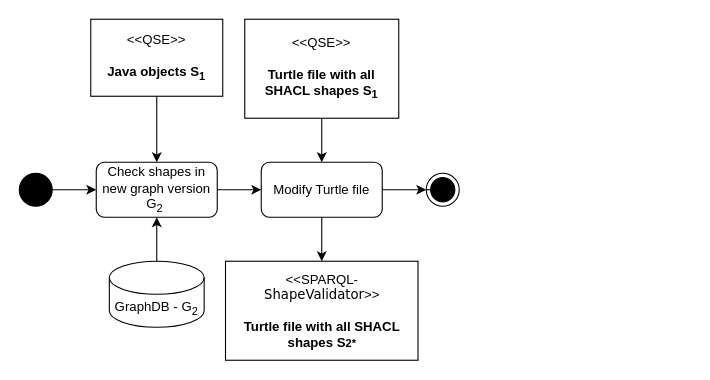
The draw.io diagram page "Seite-2" (2 of 2) of QseEvolvingKgWebApp/notes/Schreiben/ActivityDiagram.drawio in Eva0410/QseEvolvingKg, before the edit. Source tidied: cells renumbered, new cells numbered last; positions are measured from the earlier drawing's top-left corner, leaving out a move shared by most shapes. Both pictures are drawn from the tidied source at 110%, with x=0, y=0 at pixel (19, 19).
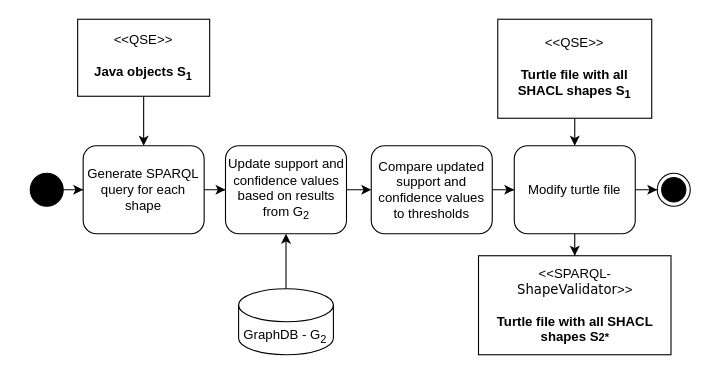
After the change.

What changed in the source:
```diff
@@
-    <mxCell id="2" style="edgeStyle=orthogonalEdgeStyle;rounded=0;jettySize=auto;html=1;entryX=0;entryY=0.5;entryDx=0;entryDy=0;" parent="1" edge="1" source="3">
-      <mxGeometry relative="1" as="geometry">
-        <mxPoint x="70" y="155" as="targetPoint" />
-      </mxGeometry>
-    </mxCell>
+    <mxCell id="18" style="edgeStyle=orthogonalEdgeStyle;rounded=0;jettySize=auto;html=1;" parent="1" edge="1" source="3" target="23">
+      <mxGeometry relative="1" as="geometry" />
+    </mxCell>
     <mxCell id="3" style="ellipse;fillColor=strokeColor;html=1;" parent="1" vertex="1">
-      <mxGeometry y="140" width="30" height="30" as="geometry" />
+      <mxGeometry x="10" y="140" width="30" height="30" as="geometry" />
     </mxCell>
-    <mxCell id="4" style="rounded=0;orthogonalLoop=1;jettySize=auto;html=1;entryX=0;entryY=0.5;entryDx=0;entryDy=0;" parent="1" edge="1">
-      <mxGeometry relative="1" as="geometry">
-        <mxPoint x="180" y="155" as="sourcePoint" />
-        <mxPoint x="220" y="155" as="targetPoint" />
-      </mxGeometry>
-    </mxCell>
-    <mxCell id="5" style="rounded=0;jettySize=auto;html=1;entryX=0;entryY=0.5;entryDx=0;entryDy=0;" parent="1" edge="1" target="7">
-      <mxGeometry relative="1" as="geometry">
-        <mxPoint x="330" y="155" as="sourcePoint" />
-      </mxGeometry>
-    </mxCell>
-    <mxCell id="6" style="edgeStyle=orthogonalEdgeStyle;rounded=0;jettySize=auto;html=1;exitX=0;exitY=0.5;exitDx=0;exitDy=0;" parent="1" edge="1" source="7">
-      <mxGeometry relative="1" as="geometry">
-        <mxPoint x="390" y="154.7" as="targetPoint" />
-      </mxGeometry>
-    </mxCell>
     <mxCell id="7" style="ellipse;html=1;shape=endState;fillColor=strokeColor;" parent="1" vertex="1">
-      <mxGeometry x="370" y="140" width="30" height="30" as="geometry" />
+      <mxGeometry x="580" y="140" width="30" height="30" as="geometry" />
     </mxCell>
-    <mxCell id="8" value="Check shapes in new graph version G&lt;sub&gt;2&lt;/sub&gt;&amp;nbsp;" style="rounded=1;whiteSpace=wrap;html=1;" parent="1" vertex="1">
-      <mxGeometry x="70" y="130" width="110" height="50" as="geometry" />
-    </mxCell>
-    <mxCell id="9" style="edgeStyle=orthogonalEdgeStyle;rounded=0;jettySize=auto;html=1;entryX=0.5;entryY=0;entryDx=0;entryDy=0;" parent="1" edge="1" source="10" target="17">
-      <mxGeometry relative="1" as="geometry" />
-    </mxCell>
-    <mxCell id="10" value="Modify Turtle file" style="rounded=1;whiteSpace=wrap;html=1;" parent="1" vertex="1">
-      <mxGeometry x="220" y="130" width="110" height="50" as="geometry" />
-    </mxCell>
-    <mxCell id="11" style="edgeStyle=orthogonalEdgeStyle;rounded=0;jettySize=auto;html=1;entryX=0.5;entryY=0;entryDx=0;entryDy=0;" parent="1" edge="1" source="12" target="8">
-      <mxGeometry relative="1" as="geometry" />
-    </mxCell>
+    <mxCell id="19" style="edgeStyle=orthogonalEdgeStyle;rounded=0;jettySize=auto;html=1;entryX=0.5;entryY=0;entryDx=0;entryDy=0;" parent="1" edge="1" source="12" target="23">
+      <mxGeometry relative="1" as="geometry" />
+    </mxCell>
     <mxCell id="12" value="&amp;lt;&amp;lt;QSE&amp;gt;&amp;gt;&lt;br&gt;&lt;br&gt;&lt;b&gt;Java objects S&lt;sub&gt;1&lt;/sub&gt;&lt;/b&gt;" style="html=1;align=center;verticalAlign=middle;dashed=0;whiteSpace=wrap;" parent="1" vertex="1">
-      <mxGeometry x="65" width="120" height="70" as="geometry" />
+      <mxGeometry x="53.1" width="120" height="70" as="geometry" />
     </mxCell>
-    <mxCell id="13" style="edgeStyle=orthogonalEdgeStyle;rounded=0;jettySize=auto;html=1;entryX=0.5;entryY=0;entryDx=0;entryDy=0;" parent="1" edge="1" source="14" target="10">
-      <mxGeometry relative="1" as="geometry" />
-    </mxCell>
+    <mxCell id="20" style="edgeStyle=orthogonalEdgeStyle;rounded=0;jettySize=auto;html=1;entryX=0.5;entryY=0;entryDx=0;entryDy=0;" parent="1" edge="1" source="14" target="30">
+      <mxGeometry relative="1" as="geometry" />
+    </mxCell>
     <mxCell id="14" value="&amp;lt;&amp;lt;QSE&amp;gt;&amp;gt;&lt;br&gt;&lt;br&gt;&lt;b&gt;Turtle file with all SHACL shapes S&lt;sub&gt;1&lt;/sub&gt;&lt;/b&gt;" style="html=1;align=center;verticalAlign=middle;dashed=0;whiteSpace=wrap;" parent="1" vertex="1">
-      <mxGeometry x="205" width="140" height="90" as="geometry" />
+      <mxGeometry x="435" width="140" height="90" as="geometry" />
     </mxCell>
-    <mxCell id="15" style="edgeStyle=orthogonalEdgeStyle;rounded=0;jettySize=auto;html=1;entryX=0.5;entryY=1;entryDx=0;entryDy=0;" parent="1" edge="1" source="16" target="8">
-      <mxGeometry relative="1" as="geometry" />
-    </mxCell>
+    <mxCell id="21" style="edgeStyle=orthogonalEdgeStyle;rounded=0;jettySize=auto;html=1;entryX=0.5;entryY=1;entryDx=0;entryDy=0;" parent="1" edge="1" source="16" target="25">
+      <mxGeometry relative="1" as="geometry" />
+    </mxCell>
     <mxCell id="16" value="GraphDB - G&lt;sub&gt;2&lt;/sub&gt;" style="shape=cylinder3;whiteSpace=wrap;html=1;boundedLbl=1;backgroundOutline=1;size=15;" parent="1" vertex="1">
-      <mxGeometry x="81.9" y="220" width="86.2" height="60" as="geometry" />
+      <mxGeometry x="199.4" y="245" width="86.2" height="60" as="geometry" />
     </mxCell>
     <mxCell id="17" value="&amp;lt;&amp;lt;SPARQL-&lt;div&gt;&lt;span style=&quot;font-family: Verdana; text-align: left; text-wrap: nowrap; background-color: initial;&quot;&gt;ShapeValidator&lt;/span&gt;&amp;gt;&amp;gt;&lt;br&gt;&lt;br&gt;&lt;b&gt;Turtle file with all SHACL shapes S&lt;span style=&quot;font-size: 10px;&quot;&gt;2*&lt;/span&gt;&lt;/b&gt;&lt;/div&gt;" style="html=1;align=center;verticalAlign=middle;dashed=0;whiteSpace=wrap;" parent="1" vertex="1">
-      <mxGeometry x="187.5" y="220" width="175" height="90" as="geometry" />
+      <mxGeometry x="417.5" y="215" width="175" height="90" as="geometry" />
     </mxCell>
+    <mxCell id="22" style="edgeStyle=orthogonalEdgeStyle;rounded=0;jettySize=auto;html=1;entryX=0;entryY=0.5;entryDx=0;entryDy=0;" parent="1" edge="1" source="23" target="25">
+      <mxGeometry relative="1" as="geometry" />
+    </mxCell>
+    <mxCell id="23" value="Generate SPARQL query for each shape" style="rounded=1;whiteSpace=wrap;html=1;" parent="1" vertex="1">
+      <mxGeometry x="58.1" y="115" width="110" height="80" as="geometry" />
+    </mxCell>
+    <mxCell id="24" style="edgeStyle=orthogonalEdgeStyle;rounded=0;jettySize=auto;html=1;" parent="1" edge="1" source="25" target="27">
+      <mxGeometry relative="1" as="geometry" />
+    </mxCell>
+    <mxCell id="25" value="Update support and confidence values based on results from G&lt;sub&gt;2&lt;/sub&gt;" style="rounded=1;whiteSpace=wrap;html=1;" parent="1" vertex="1">
+      <mxGeometry x="187.5" y="115" width="110" height="80" as="geometry" />
+    </mxCell>
+    <mxCell id="26" style="edgeStyle=orthogonalEdgeStyle;rounded=0;jettySize=auto;html=1;entryX=0;entryY=0.5;entryDx=0;entryDy=0;" parent="1" edge="1" source="27" target="30">
+      <mxGeometry relative="1" as="geometry" />
+    </mxCell>
+    <mxCell id="27" value="Compare updated support and confidence values to thresholds" style="rounded=1;whiteSpace=wrap;html=1;" parent="1" vertex="1">
+      <mxGeometry x="320" y="115" width="110" height="80" as="geometry" />
+    </mxCell>
+    <mxCell id="28" style="edgeStyle=orthogonalEdgeStyle;rounded=0;jettySize=auto;html=1;" parent="1" edge="1" source="30" target="7">
+      <mxGeometry relative="1" as="geometry" />
+    </mxCell>
+    <mxCell id="29" style="edgeStyle=orthogonalEdgeStyle;rounded=0;jettySize=auto;html=1;entryX=0.5;entryY=0;entryDx=0;entryDy=0;" parent="1" edge="1" source="30" target="17">
+      <mxGeometry relative="1" as="geometry" />
+    </mxCell>
+    <mxCell id="30" value="Modify turtle file" style="rounded=1;whiteSpace=wrap;html=1;" parent="1" vertex="1">
+      <mxGeometry x="450" y="115" width="110" height="80" as="geometry" />
+    </mxCell>
```
